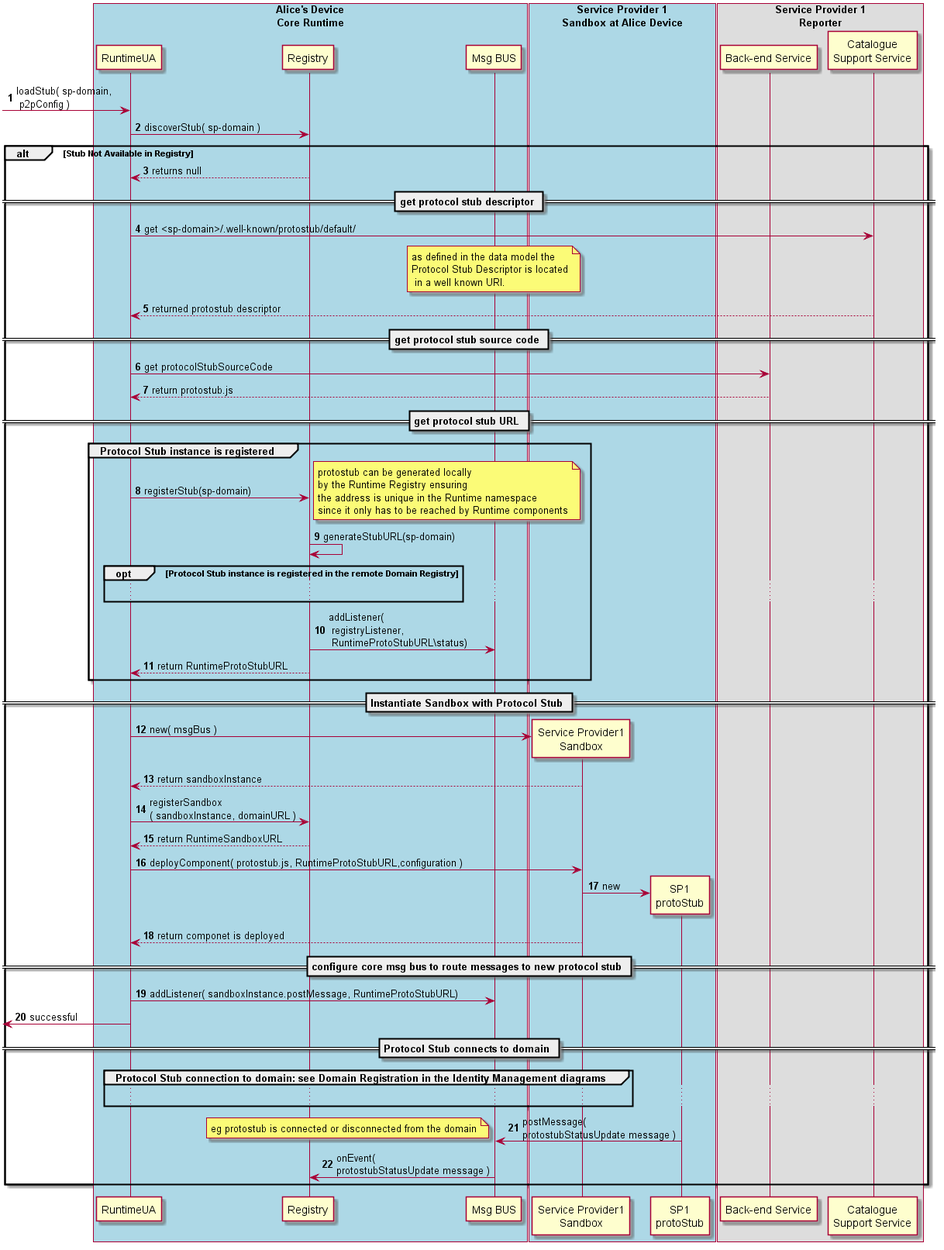
Before: dynamic-view/basics/deploy-protostub.png, a diagram exported from PlantUML (reTHINK-project/specs). Its source is kept beside it as dynamic-view/basics/deploy-protostub.plantuml.
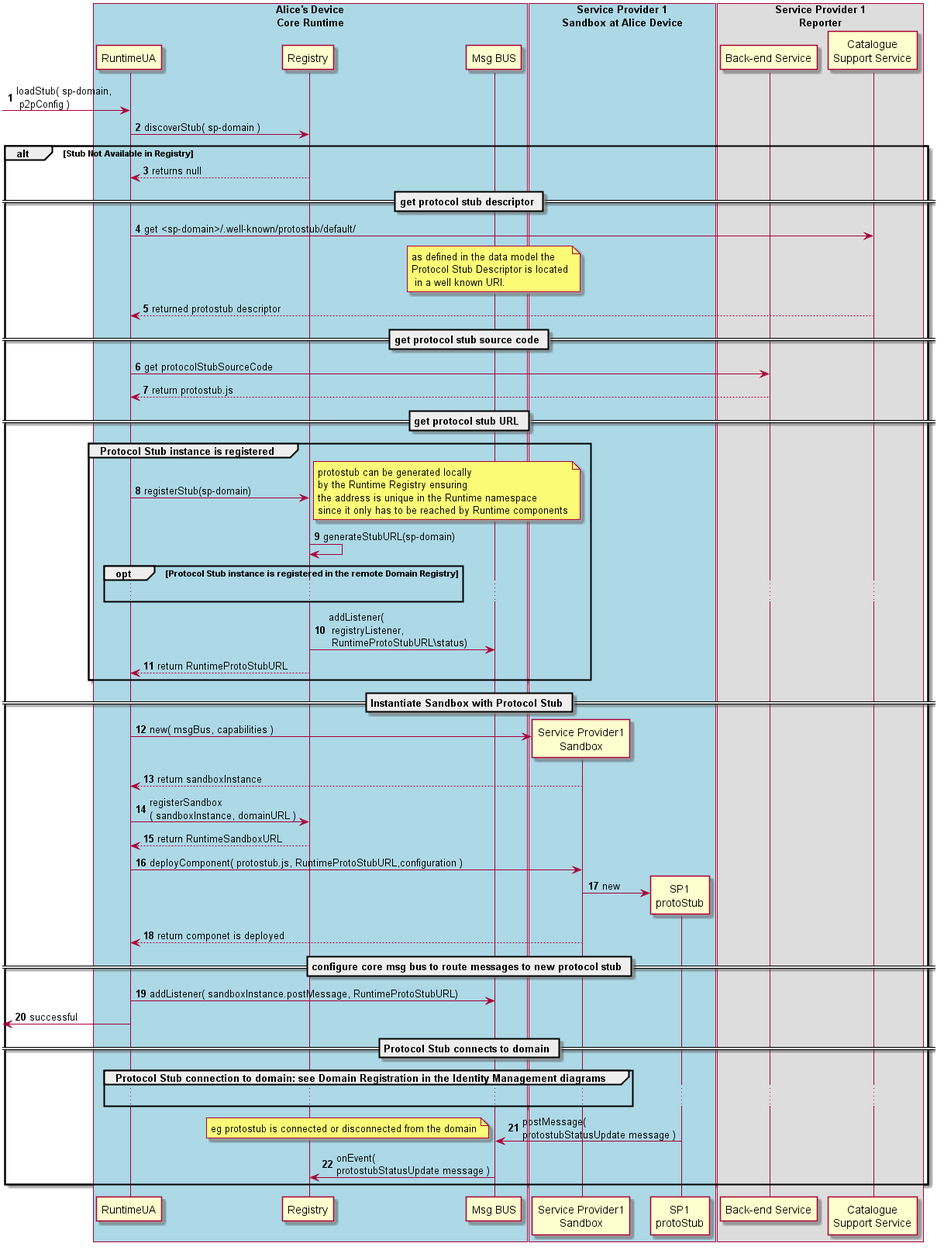
After the commit.

Change to the diagram source:
```diff
@@ -72,7 +72,7 @@
 == Instantiate Sandbox with Protocol Stub ==
 
 	create Sand1@A
-	RunUA@A -> Sand1@A : new( msgBus )
+	RunUA@A -> Sand1@A : new( msgBus, capabilities )
 
 	RunUA@A <-- Sand1@A : return sandboxInstance
 
```
